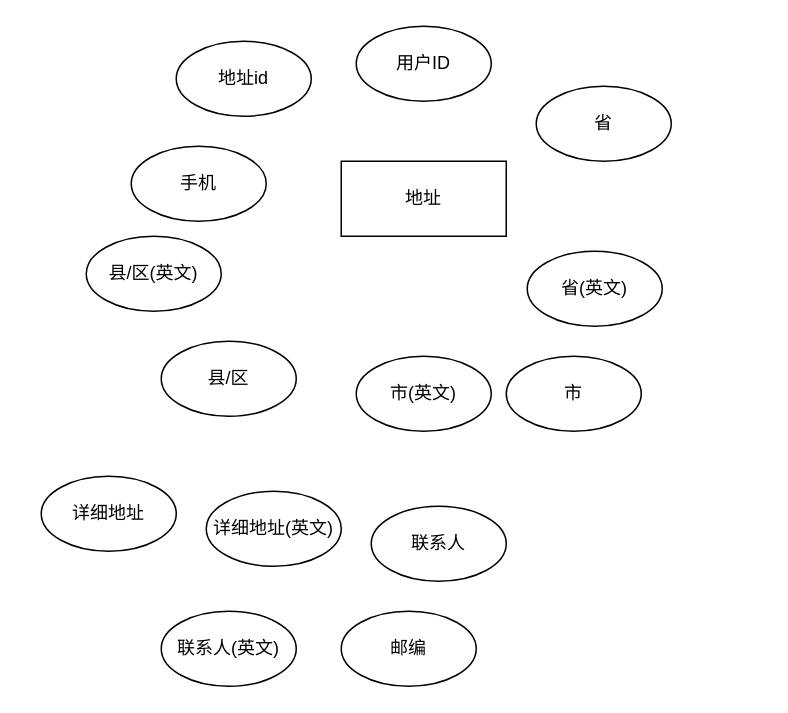
Earlier version of the draw.io diagram page "地址" (1 of 20) of ER.drawio (194568/test1). Source tidied: cells renumbered, new cells numbered last; positions are measured from the earlier drawing's top-left corner, leaving out a move shared by most shapes. Both pictures are drawn from the tidied source at 150%, with x=0, y=0 at pixel (40, 26).
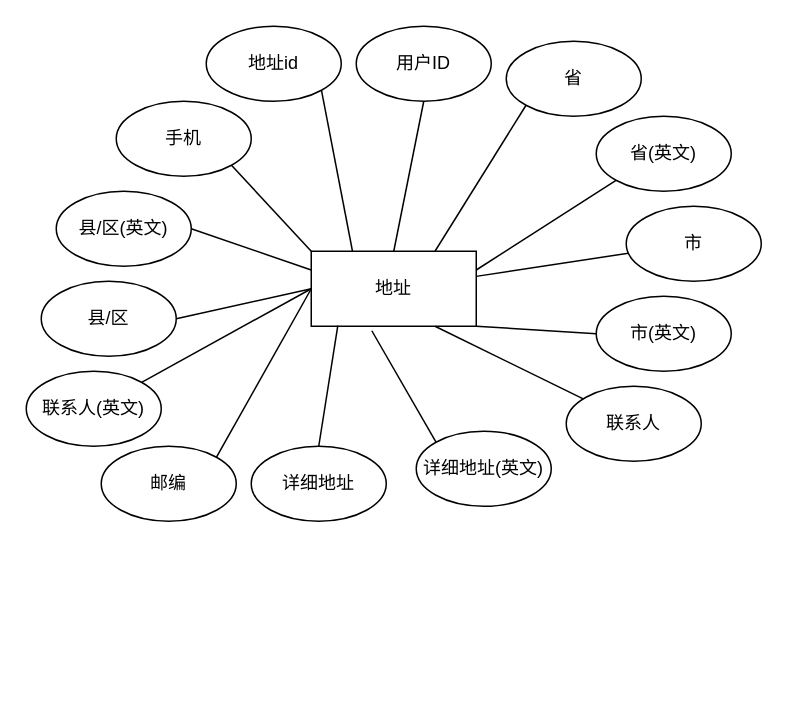
After the change.

Unchanged cells that the change refers to:
```xml
<mxCell id="4" value="用户ID" style="ellipse;whiteSpace=wrap;html=1;" parent="1" vertex="1">
  <mxGeometry x="210" width="90" height="50" as="geometry" />
</mxCell>
```

Diff of the diagram source:
```diff
@@
     <mxCell id="2" value="地址" style="rounded=0;whiteSpace=wrap;html=1;" parent="1" vertex="1">
-      <mxGeometry x="200" y="90" width="110" height="50" as="geometry" />
+      <mxGeometry x="180" y="150" width="110" height="50" as="geometry" />
     </mxCell>
+    <mxCell id="17" style="rounded=0;jettySize=auto;html=1;exitX=1;exitY=1;exitDx=0;exitDy=0;entryX=0.25;entryY=0;entryDx=0;entryDy=0;endArrow=none;endFill=0;" parent="1" edge="1" source="3" target="2">
+      <mxGeometry relative="1" as="geometry" />
+    </mxCell>
     <mxCell id="3" value="地址id" style="ellipse;whiteSpace=wrap;html=1;" parent="1" vertex="1">
-      <mxGeometry x="90" y="10" width="90" height="50" as="geometry" />
+      <mxGeometry x="110" width="90" height="50" as="geometry" />
     </mxCell>
@@
+    <mxCell id="18" style="rounded=0;jettySize=auto;html=1;exitX=1;exitY=1;exitDx=0;exitDy=0;entryX=0;entryY=0;entryDx=0;entryDy=0;endArrow=none;endFill=0;" parent="1" edge="1" source="5" target="2">
+      <mxGeometry relative="1" as="geometry" />
+    </mxCell>
     <mxCell id="5" value="手机" style="ellipse;whiteSpace=wrap;html=1;" parent="1" vertex="1">
-      <mxGeometry x="60" y="80" width="90" height="50" as="geometry" />
+      <mxGeometry x="50" y="50" width="90" height="50" as="geometry" />
     </mxCell>
+    <mxCell id="19" style="rounded=0;jettySize=auto;html=1;exitX=1;exitY=0.5;exitDx=0;exitDy=0;entryX=0;entryY=0.25;entryDx=0;entryDy=0;endArrow=none;endFill=0;" parent="1" edge="1" source="6" target="2">
+      <mxGeometry relative="1" as="geometry" />
+    </mxCell>
     <mxCell id="6" value="县/区(英文)" style="ellipse;whiteSpace=wrap;html=1;" parent="1" vertex="1">
-      <mxGeometry x="30" y="140" width="90" height="50" as="geometry" />
+      <mxGeometry x="10" y="110" width="90" height="50" as="geometry" />
     </mxCell>
+    <mxCell id="20" style="rounded=0;jettySize=auto;html=1;exitX=0;exitY=0.5;exitDx=0;exitDy=0;entryX=1;entryY=1;entryDx=0;entryDy=0;endArrow=none;endFill=0;" parent="1" edge="1" source="7" target="2">
+      <mxGeometry relative="1" as="geometry" />
+    </mxCell>
     <mxCell id="7" value="市(英文)" style="ellipse;whiteSpace=wrap;html=1;" parent="1" vertex="1">
-      <mxGeometry x="210" y="220" width="90" height="50" as="geometry" />
+      <mxGeometry x="370" y="180" width="90" height="50" as="geometry" />
     </mxCell>
+    <mxCell id="21" style="rounded=0;jettySize=auto;html=1;endArrow=none;endFill=0;" parent="1" edge="1" source="8" target="2">
+      <mxGeometry relative="1" as="geometry" />
+    </mxCell>
     <mxCell id="8" value="市" style="ellipse;whiteSpace=wrap;html=1;" parent="1" vertex="1">
-      <mxGeometry x="310" y="220" width="90" height="50" as="geometry" />
+      <mxGeometry x="390" y="120" width="90" height="50" as="geometry" />
     </mxCell>
+    <mxCell id="22" style="rounded=0;jettySize=auto;html=1;exitX=0;exitY=1;exitDx=0;exitDy=0;entryX=0.75;entryY=0;entryDx=0;entryDy=0;shape=filledEdge;endArrow=none;endFill=0;" parent="1" edge="1" source="9" target="2">
+      <mxGeometry relative="1" as="geometry" />
+    </mxCell>
     <mxCell id="9" value="省" style="ellipse;whiteSpace=wrap;html=1;" parent="1" vertex="1">
-      <mxGeometry x="330" y="40" width="90" height="50" as="geometry" />
+      <mxGeometry x="310" y="10" width="90" height="50" as="geometry" />
     </mxCell>
+    <mxCell id="23" style="rounded=0;jettySize=auto;html=1;exitX=0;exitY=1;exitDx=0;exitDy=0;entryX=1;entryY=0.25;entryDx=0;entryDy=0;endArrow=none;endFill=0;" parent="1" edge="1" source="10" target="2">
+      <mxGeometry relative="1" as="geometry" />
+    </mxCell>
     <mxCell id="10" value="省(英文)" style="ellipse;whiteSpace=wrap;html=1;" parent="1" vertex="1">
-      <mxGeometry x="324" y="150" width="90" height="50" as="geometry" />
+      <mxGeometry x="370" y="60" width="90" height="50" as="geometry" />
     </mxCell>
+    <mxCell id="24" style="rounded=0;jettySize=auto;html=1;exitX=1;exitY=0.5;exitDx=0;exitDy=0;entryX=0;entryY=0.5;entryDx=0;entryDy=0;endArrow=none;endFill=0;" parent="1" edge="1" source="11" target="2">
+      <mxGeometry relative="1" as="geometry" />
+    </mxCell>
     <mxCell id="11" value="县/区" style="ellipse;whiteSpace=wrap;html=1;" parent="1" vertex="1">
-      <mxGeometry x="80" y="210" width="90" height="50" as="geometry" />
+      <mxGeometry y="170" width="90" height="50" as="geometry" />
     </mxCell>
     <mxCell id="12" value="详细地址" style="ellipse;whiteSpace=wrap;html=1;" parent="1" vertex="1">
-      <mxGeometry y="300" width="90" height="50" as="geometry" />
+      <mxGeometry x="140" y="280" width="90" height="50" as="geometry" />
     </mxCell>
     <mxCell id="13" value="详细地址(英文)" style="ellipse;whiteSpace=wrap;html=1;" parent="1" vertex="1">
-      <mxGeometry x="110" y="310" width="90" height="50" as="geometry" />
+      <mxGeometry x="250" y="270" width="90" height="50" as="geometry" />
     </mxCell>
+    <mxCell id="25" style="rounded=0;jettySize=auto;html=1;entryX=0.75;entryY=1;entryDx=0;entryDy=0;endArrow=none;endFill=0;" parent="1" edge="1" source="14" target="2">
+      <mxGeometry relative="1" as="geometry" />
+    </mxCell>
     <mxCell id="14" value="联系人" style="ellipse;whiteSpace=wrap;html=1;" parent="1" vertex="1">
-      <mxGeometry x="220" y="320" width="90" height="50" as="geometry" />
+      <mxGeometry x="350" y="240" width="90" height="50" as="geometry" />
     </mxCell>
+    <mxCell id="26" style="rounded=0;jettySize=auto;html=1;entryX=0;entryY=0.5;entryDx=0;entryDy=0;endArrow=none;endFill=0;" parent="1" edge="1" source="15" target="2">
+      <mxGeometry relative="1" as="geometry" />
+    </mxCell>
     <mxCell id="15" value="联系人(英文)" style="ellipse;whiteSpace=wrap;html=1;" parent="1" vertex="1">
-      <mxGeometry x="80" y="390" width="90" height="50" as="geometry" />
+      <mxGeometry x="-10" y="230" width="90" height="50" as="geometry" />
     </mxCell>
+    <mxCell id="27" style="rounded=0;jettySize=auto;html=1;exitX=1;exitY=0;exitDx=0;exitDy=0;entryX=0;entryY=0.5;entryDx=0;entryDy=0;endArrow=none;endFill=0;" parent="1" edge="1" source="16" target="2">
+      <mxGeometry relative="1" as="geometry" />
+    </mxCell>
     <mxCell id="16" value="邮编" style="ellipse;whiteSpace=wrap;html=1;" parent="1" vertex="1">
-      <mxGeometry x="200" y="390" width="90" height="50" as="geometry" />
+      <mxGeometry x="40" y="280" width="90" height="50" as="geometry" />
     </mxCell>
+    <mxCell id="28" style="endArrow=none;html=1;rounded=0;entryX=0.5;entryY=0;entryDx=0;entryDy=0;exitX=0.5;exitY=1;exitDx=0;exitDy=0;" parent="1" edge="1" source="4" target="2">
+      <mxGeometry relative="1" as="geometry" />
+    </mxCell>
+    <mxCell id="29" style="rounded=0;jettySize=auto;html=1;exitX=0;exitY=0;exitDx=0;exitDy=0;entryX=0.367;entryY=1.06;entryDx=0;entryDy=0;entryPerimeter=0;endArrow=none;endFill=0;" parent="1" edge="1" source="13" target="2">
+      <mxGeometry relative="1" as="geometry" />
+    </mxCell>
+    <mxCell id="30" style="rounded=0;jettySize=auto;html=1;exitX=0.5;exitY=0;exitDx=0;exitDy=0;entryX=0.161;entryY=0.993;entryDx=0;entryDy=0;entryPerimeter=0;endArrow=none;endFill=0;" parent="1" edge="1" source="12" target="2">
+      <mxGeometry relative="1" as="geometry" />
+    </mxCell>
```
